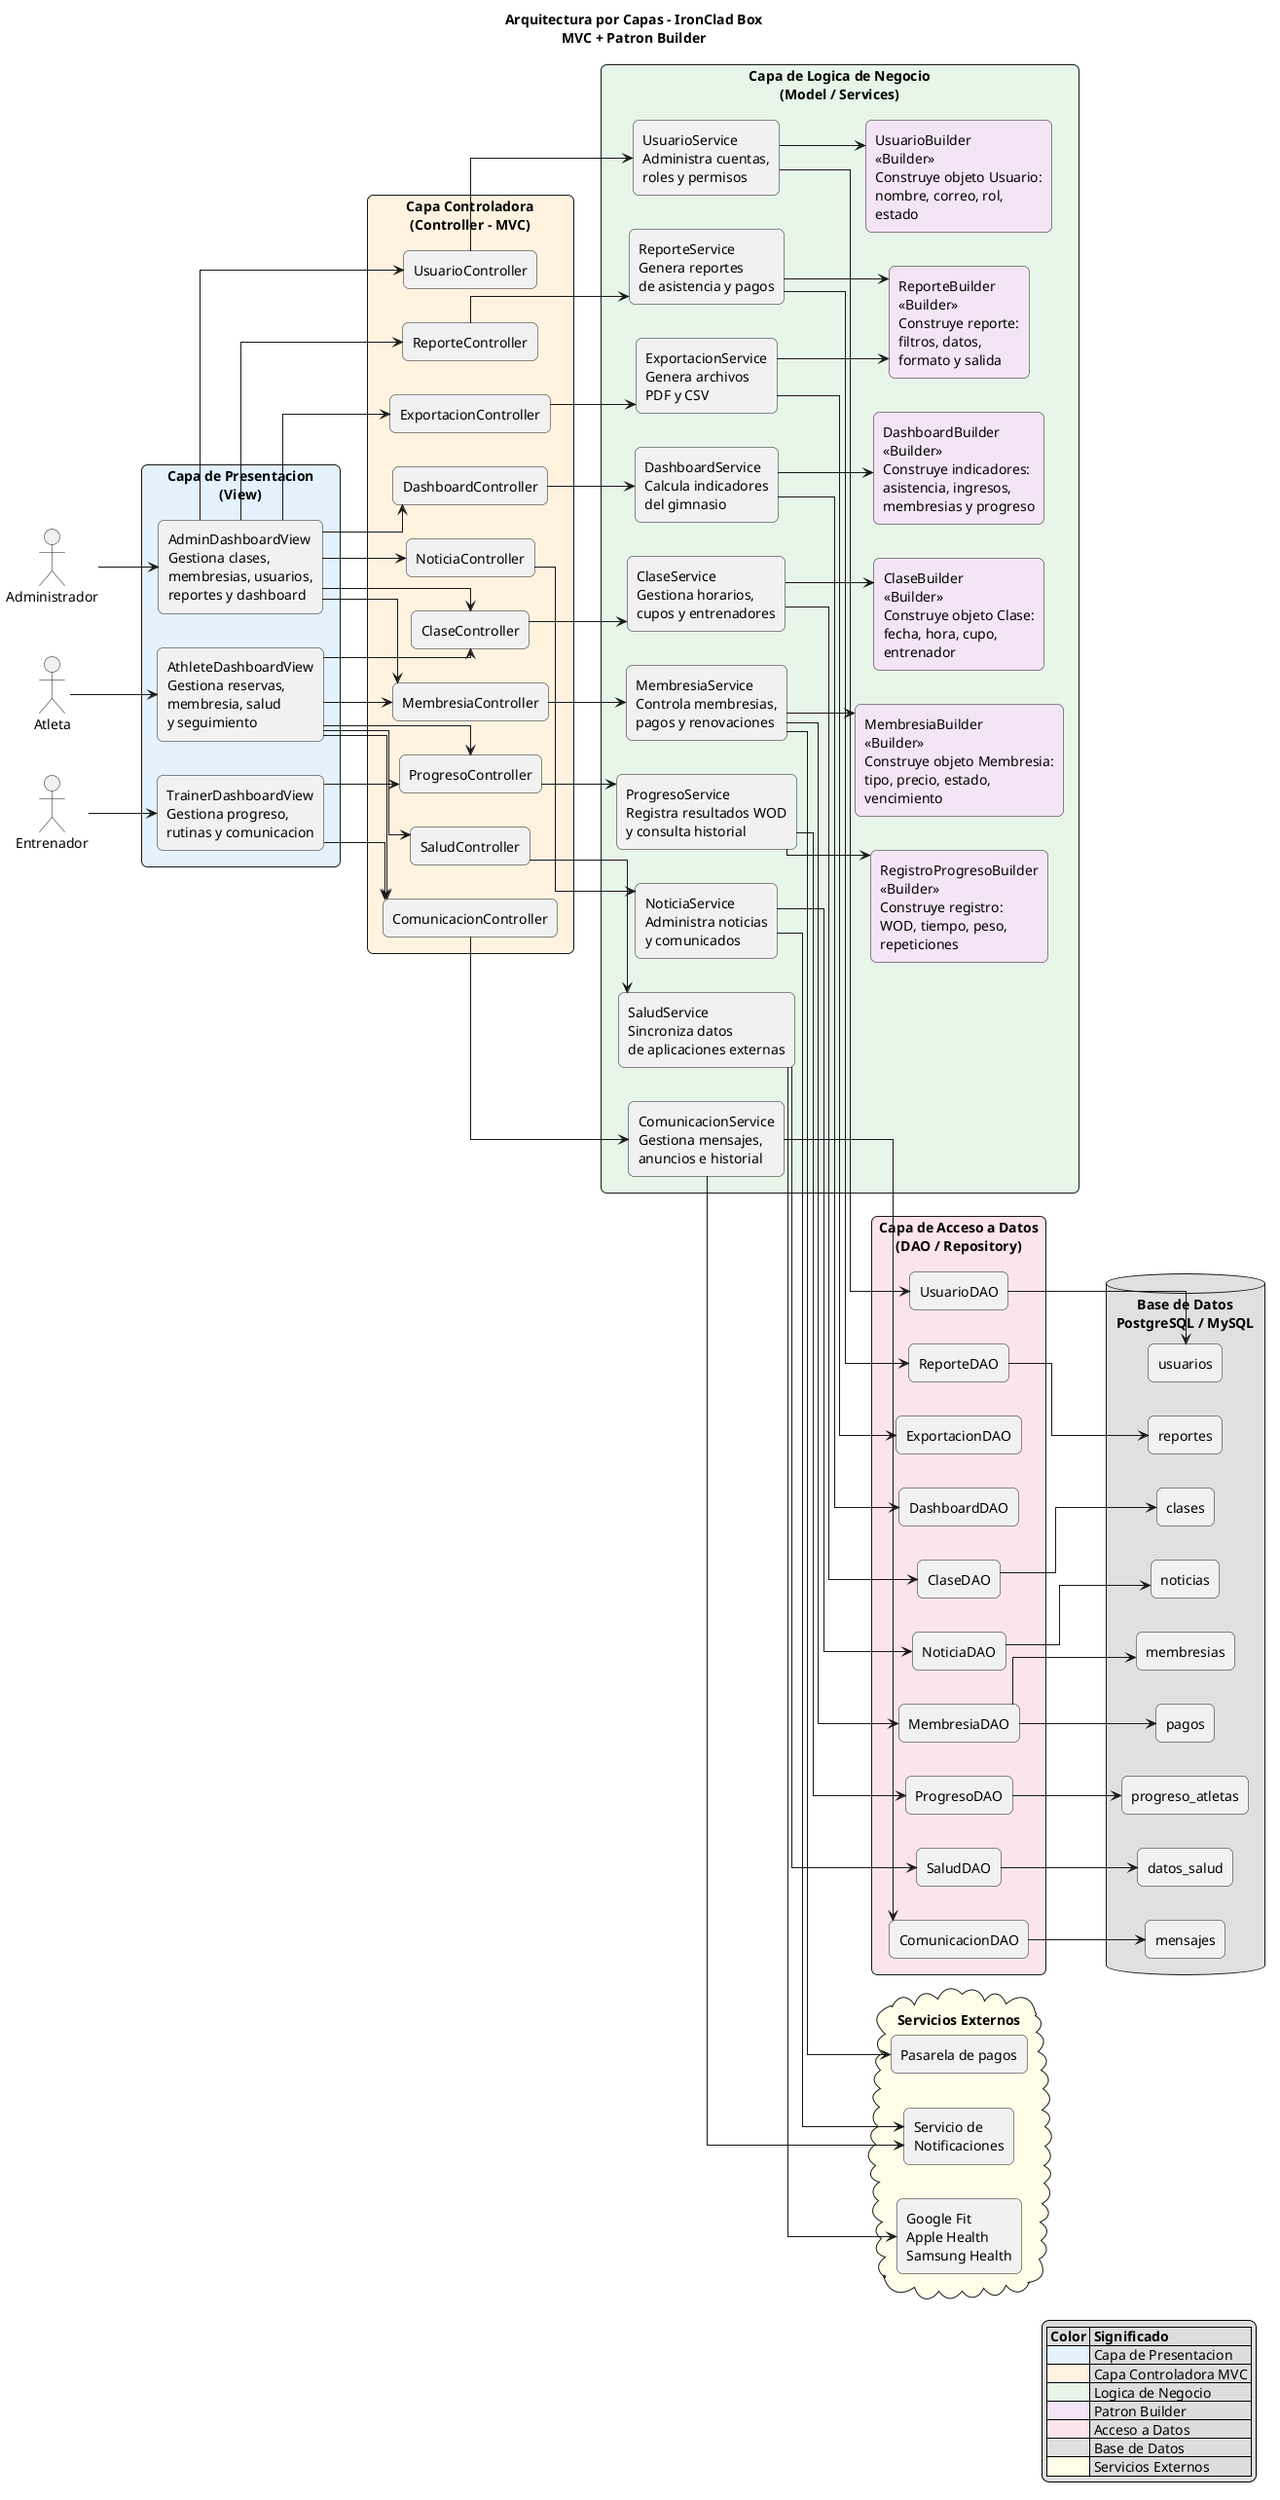
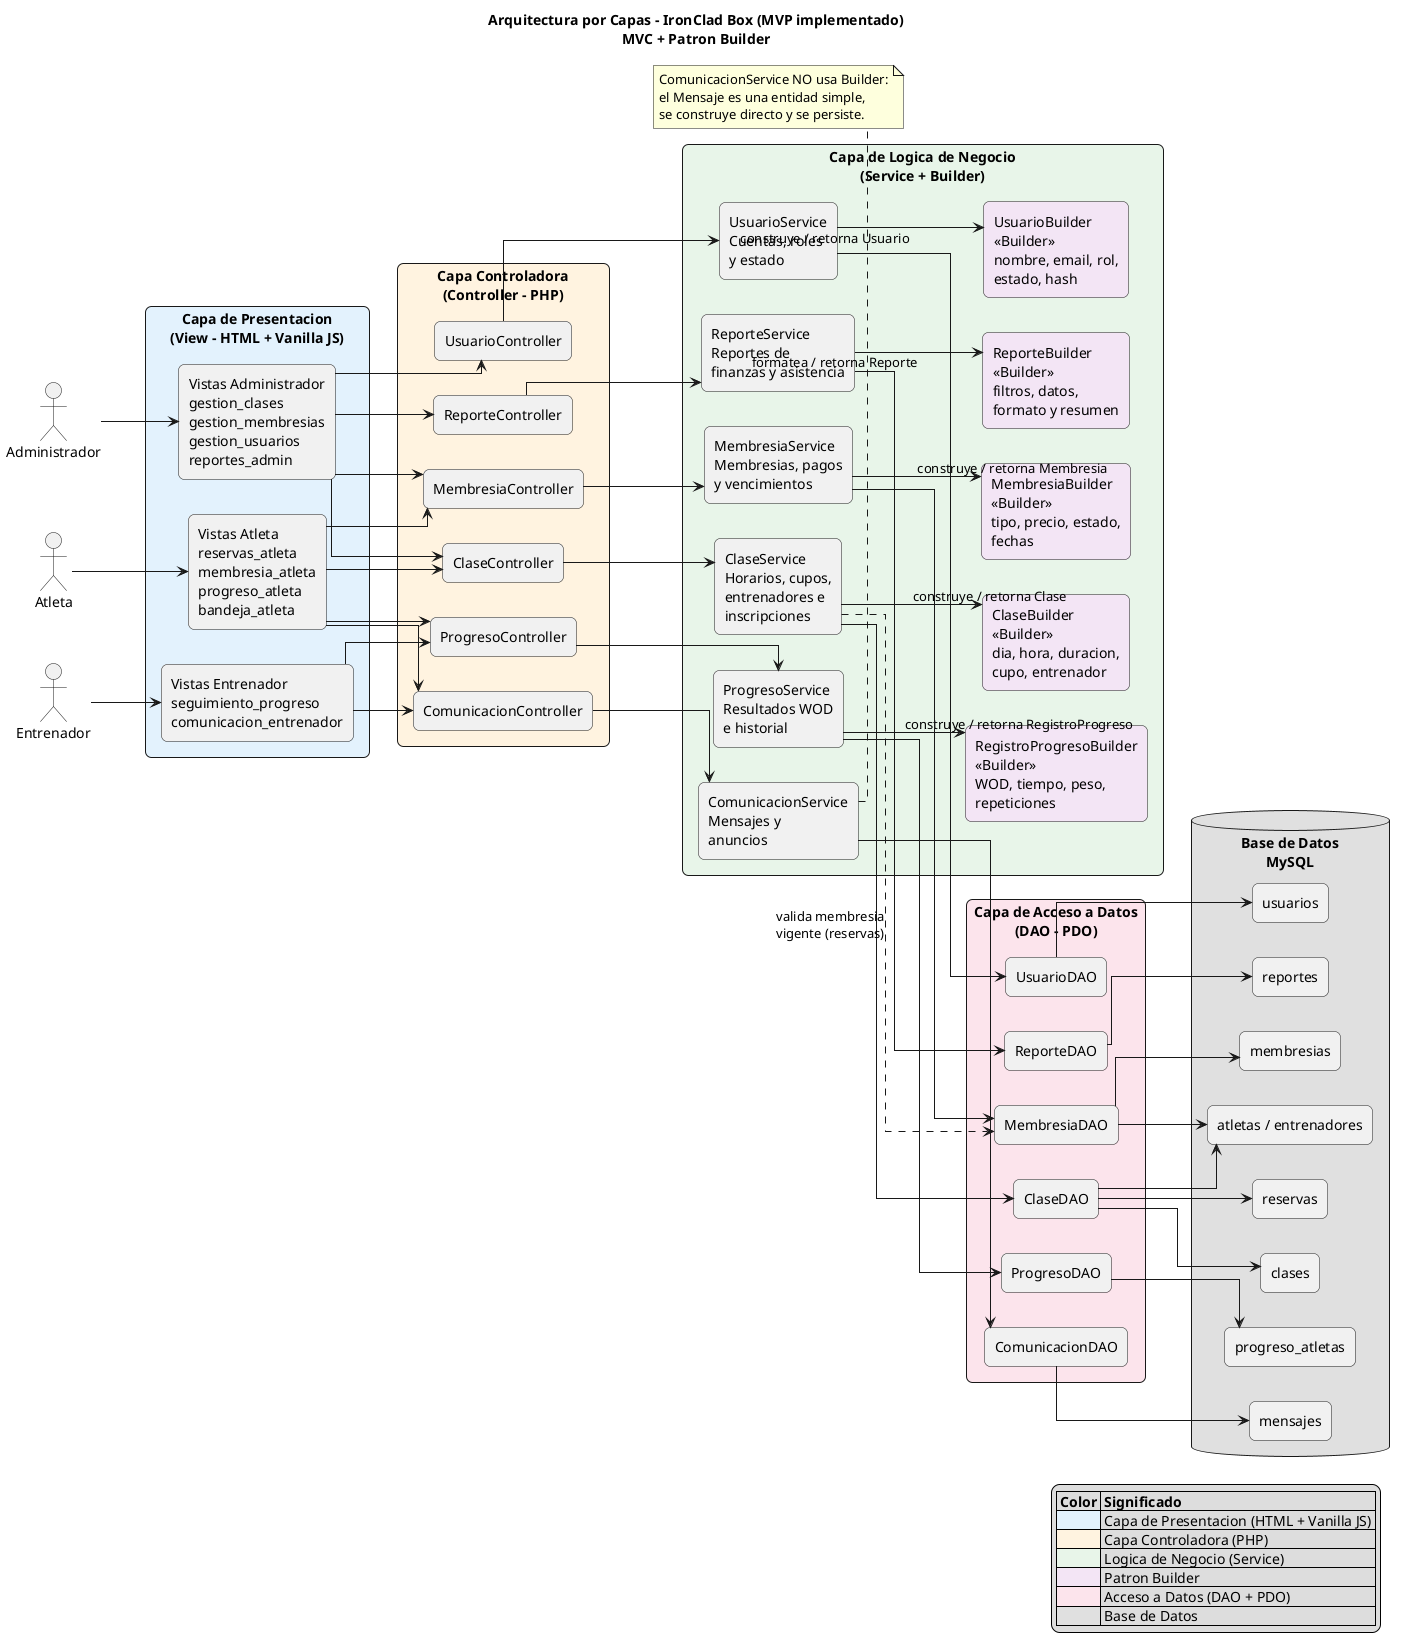
@startuml
- title Arquitectura por Capas - IronClad Box\nMVC + Patron Builder
+ title Arquitectura por Capas - IronClad Box (MVP implementado)\nMVC + Patron Builder

left to right direction

skinparam packageStyle rectangle
skinparam shadowing false
skinparam defaultFontName Arial
skinparam linetype ortho

skinparam rectangle {
  RoundCorner 12
}

actor "Administrador" as Admin
actor "Entrenador" as Trainer
actor "Atleta" as Athlete

- package "Capa de Presentacion\n(View)" #E3F2FD {
-   rectangle "AdminDashboardView\nGestiona clases,\nmembresias, usuarios,\nreportes y dashboard" as AdminView
-   rectangle "TrainerDashboardView\nGestiona progreso,\nrutinas y comunicacion" as TrainerView
-   rectangle "AthleteDashboardView\nGestiona reservas,\nmembresia, salud\ny seguimiento" as AthleteView
+ package "Capa de Presentacion\n(View - HTML + Vanilla JS)" #E3F2FD {
+   rectangle "Vistas Administrador\ngestion_clases\ngestion_membresias\ngestion_usuarios\nreportes_admin" as AdminView
+   rectangle "Vistas Entrenador\nseguimiento_progreso\ncomunicacion_entrenador" as TrainerView
+   rectangle "Vistas Atleta\nreservas_atleta\nmembresia_atleta\nprogreso_atleta\nbandeja_atleta" as AthleteView
}

- package "Capa Controladora\n(Controller - MVC)" #FFF3E0 {
+ package "Capa Controladora\n(Controller - PHP)" #FFF3E0 {
  rectangle "ClaseController" as ClaseController
  rectangle "MembresiaController" as MembresiaController
  rectangle "UsuarioController" as UsuarioController
  rectangle "ProgresoController" as ProgresoController
  rectangle "ComunicacionController" as ComunicacionController
  rectangle "ReporteController" as ReporteController
-   rectangle "SaludController" as SaludController
-   rectangle "NoticiaController" as NoticiaController
-   rectangle "ExportacionController" as ExportacionController
-   rectangle "DashboardController" as DashboardController
}

- package "Capa de Logica de Negocio\n(Model / Services)" #E8F5E9 {
-   rectangle "ClaseService\nGestiona horarios,\ncupos y entrenadores" as ClaseService
-   rectangle "MembresiaService\nControla membresias,\npagos y renovaciones" as MembresiaService
-   rectangle "UsuarioService\nAdministra cuentas,\nroles y permisos" as UsuarioService
-   rectangle "ProgresoService\nRegistra resultados WOD\ny consulta historial" as ProgresoService
-   rectangle "ComunicacionService\nGestiona mensajes,\nanuncios e historial" as ComunicacionService
-   rectangle "ReporteService\nGenera reportes\nde asistencia y pagos" as ReporteService
-   rectangle "SaludService\nSincroniza datos\nde aplicaciones externas" as SaludService
-   rectangle "NoticiaService\nAdministra noticias\ny comunicados" as NoticiaService
-   rectangle "ExportacionService\nGenera archivos\nPDF y CSV" as ExportacionService
-   rectangle "DashboardService\nCalcula indicadores\ndel gimnasio" as DashboardService
+ package "Capa de Logica de Negocio\n(Service + Builder)" #E8F5E9 {
+   rectangle "ClaseService\nHorarios, cupos,\nentrenadores e\ninscripciones" as ClaseService
+   rectangle "MembresiaService\nMembresias, pagos\ny vencimientos" as MembresiaService
+   rectangle "UsuarioService\nCuentas, roles\ny estado" as UsuarioService
+   rectangle "ProgresoService\nResultados WOD\ne historial" as ProgresoService
+   rectangle "ComunicacionService\nMensajes y\nanuncios" as ComunicacionService
+   rectangle "ReporteService\nReportes de\nfinanzas y asistencia" as ReporteService

-   rectangle "ClaseBuilder\n<<Builder>>\nConstruye objeto Clase:\nfecha, hora, cupo,\nentrenador" as ClaseBuilder #F3E5F5
-   rectangle "MembresiaBuilder\n<<Builder>>\nConstruye objeto Membresia:\ntipo, precio, estado,\nvencimiento" as MembresiaBuilder #F3E5F5
-   rectangle "UsuarioBuilder\n<<Builder>>\nConstruye objeto Usuario:\nnombre, correo, rol,\nestado" as UsuarioBuilder #F3E5F5
-   rectangle "RegistroProgresoBuilder\n<<Builder>>\nConstruye registro:\nWOD, tiempo, peso,\nrepeticiones" as ProgresoBuilder #F3E5F5
-   rectangle "ReporteBuilder\n<<Builder>>\nConstruye reporte:\nfiltros, datos,\nformato y salida" as ReporteBuilder #F3E5F5
-   rectangle "DashboardBuilder\n<<Builder>>\nConstruye indicadores:\nasistencia, ingresos,\nmembresias y progreso" as DashboardBuilder #F3E5F5
+   rectangle "ClaseBuilder\n<<Builder>>\ndia, hora, duracion,\ncupo, entrenador" as ClaseBuilder #F3E5F5
+   rectangle "MembresiaBuilder\n<<Builder>>\ntipo, precio, estado,\nfechas" as MembresiaBuilder #F3E5F5
+   rectangle "UsuarioBuilder\n<<Builder>>\nnombre, email, rol,\nestado, hash" as UsuarioBuilder #F3E5F5
+   rectangle "RegistroProgresoBuilder\n<<Builder>>\nWOD, tiempo, peso,\nrepeticiones" as ProgresoBuilder #F3E5F5
+   rectangle "ReporteBuilder\n<<Builder>>\nfiltros, datos,\nformato y resumen" as ReporteBuilder #F3E5F5
}

- package "Capa de Acceso a Datos\n(DAO / Repository)" #FCE4EC {
+ package "Capa de Acceso a Datos\n(DAO - PDO)" #FCE4EC {
  rectangle "ClaseDAO" as ClaseDAO
  rectangle "MembresiaDAO" as MembresiaDAO
  rectangle "UsuarioDAO" as UsuarioDAO
  rectangle "ProgresoDAO" as ProgresoDAO
  rectangle "ComunicacionDAO" as ComunicacionDAO
  rectangle "ReporteDAO" as ReporteDAO
-   rectangle "SaludDAO" as SaludDAO
-   rectangle "NoticiaDAO" as NoticiaDAO
-   rectangle "ExportacionDAO" as ExportacionDAO
-   rectangle "DashboardDAO" as DashboardDAO
}

- database "Base de Datos\nPostgreSQL / MySQL" #E0E0E0 {
+ database "Base de Datos\nMySQL" #E0E0E0 {
+   rectangle "usuarios" as TUsuarios
  rectangle "clases" as TClases
  rectangle "membresias" as TMembresias
-   rectangle "usuarios" as TUsuarios
+   rectangle "reservas" as TReservas
  rectangle "progreso_atletas" as TProgreso
  rectangle "mensajes" as TMensajes
  rectangle "reportes" as TReportes
-   rectangle "datos_salud" as TSalud
-   rectangle "noticias" as TNoticias
-   rectangle "pagos" as TPagos
- }
- 
- cloud "Servicios Externos" #FFFDE7 {
-   rectangle "Pasarela de pagos" as PagoAPI
-   rectangle "Google Fit\nApple Health\nSamsung Health" as HealthAPI
-   rectangle "Servicio de\nNotificaciones" as NotificacionAPI
+   rectangle "atletas / entrenadores" as TPersonas
}

Admin --> AdminView
Trainer --> TrainerView
Athlete --> AthleteView

AdminView --> ClaseController
AdminView --> MembresiaController
AdminView --> UsuarioController
AdminView --> ReporteController
- AdminView --> NoticiaController
- AdminView --> ExportacionController
- AdminView --> DashboardController

TrainerView --> ProgresoController
TrainerView --> ComunicacionController

+ AthleteView --> ClaseController
+ AthleteView --> MembresiaController
AthleteView --> ProgresoController
- AthleteView --> SaludController
AthleteView --> ComunicacionController
- AthleteView --> MembresiaController
- AthleteView --> ClaseController

ClaseController --> ClaseService
MembresiaController --> MembresiaService
UsuarioController --> UsuarioService
ProgresoController --> ProgresoService
ComunicacionController --> ComunicacionService
ReporteController --> ReporteService
- SaludController --> SaludService
- NoticiaController --> NoticiaService
- ExportacionController --> ExportacionService
- DashboardController --> DashboardService

- ClaseService --> ClaseBuilder
- MembresiaService --> MembresiaBuilder
- UsuarioService --> UsuarioBuilder
- ProgresoService --> ProgresoBuilder
- ReporteService --> ReporteBuilder
- ExportacionService --> ReporteBuilder
- DashboardService --> DashboardBuilder
+ ClaseService --> ClaseBuilder : construye / retorna Clase
+ MembresiaService --> MembresiaBuilder : construye / retorna Membresia
+ UsuarioService --> UsuarioBuilder : construye / retorna Usuario
+ ProgresoService --> ProgresoBuilder : construye / retorna RegistroProgreso
+ ReporteService --> ReporteBuilder : formatea / retorna Reporte

ClaseService --> ClaseDAO
MembresiaService --> MembresiaDAO
UsuarioService --> UsuarioDAO
ProgresoService --> ProgresoDAO
ComunicacionService --> ComunicacionDAO
ReporteService --> ReporteDAO
- SaludService --> SaludDAO
- NoticiaService --> NoticiaDAO
- ExportacionService --> ExportacionDAO
- DashboardService --> DashboardDAO
+ 
+ ' Validacion cruzada real: una reserva exige membresia vigente
+ ClaseService ..> MembresiaDAO : valida membresia\nvigente (reservas)

ClaseDAO --> TClases
+ ClaseDAO --> TReservas
+ ClaseDAO --> TPersonas
MembresiaDAO --> TMembresias
- MembresiaDAO --> TPagos
+ MembresiaDAO --> TPersonas
UsuarioDAO --> TUsuarios
ProgresoDAO --> TProgreso
ComunicacionDAO --> TMensajes
ReporteDAO --> TReportes
- SaludDAO --> TSalud
- NoticiaDAO --> TNoticias

- MembresiaService --> PagoAPI
- SaludService --> HealthAPI
- ComunicacionService --> NotificacionAPI
- NoticiaService --> NotificacionAPI
+ note bottom of ComunicacionService
+   ComunicacionService NO usa Builder:
+   el Mensaje es una entidad simple,
+   se construye directo y se persiste.
+ end note

legend right
|= Color |= Significado |
- |<#E3F2FD>| Capa de Presentacion |
- |<#FFF3E0>| Capa Controladora MVC |
- |<#E8F5E9>| Logica de Negocio |
+ |<#E3F2FD>| Capa de Presentacion (HTML + Vanilla JS) |
+ |<#FFF3E0>| Capa Controladora (PHP) |
+ |<#E8F5E9>| Logica de Negocio (Service) |
|<#F3E5F5>| Patron Builder |
- |<#FCE4EC>| Acceso a Datos |
+ |<#FCE4EC>| Acceso a Datos (DAO + PDO) |
|<#E0E0E0>| Base de Datos |
- |<#FFFDE7>| Servicios Externos |
endlegend

- @enduml+ @enduml
